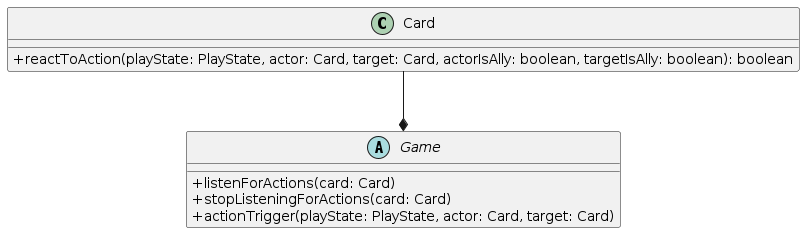
Earlier version of the PlantUML export uc-seng301-cardbattler-asg4-student/diagrams/observer.png (DanieSimonlLowe/SENG301-ASS4).
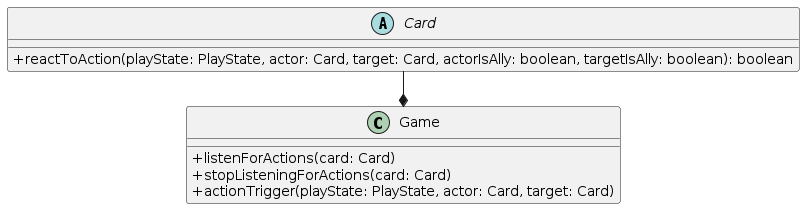
After the change.

Diff of the diagram source:
```diff
@@ -1,16 +1,16 @@
 @startuml
+left to right direction
+
 skinparam classAttributeIconSize 0
-
-
-abstract class Game {
+class Game {
 +listenForActions(card: Card)
 +stopListeningForActions(card: Card)
 +actionTrigger(playState: PlayState, actor: Card, target: Card)
 }
 
-class Card {
+abstract class Card {
 +reactToAction(playState: PlayState, actor: Card, target: Card, actorIsAlly: boolean, targetIsAlly: boolean): boolean
 }
 
-Card --* Game
+Card -d* Game
 @enduml
```
